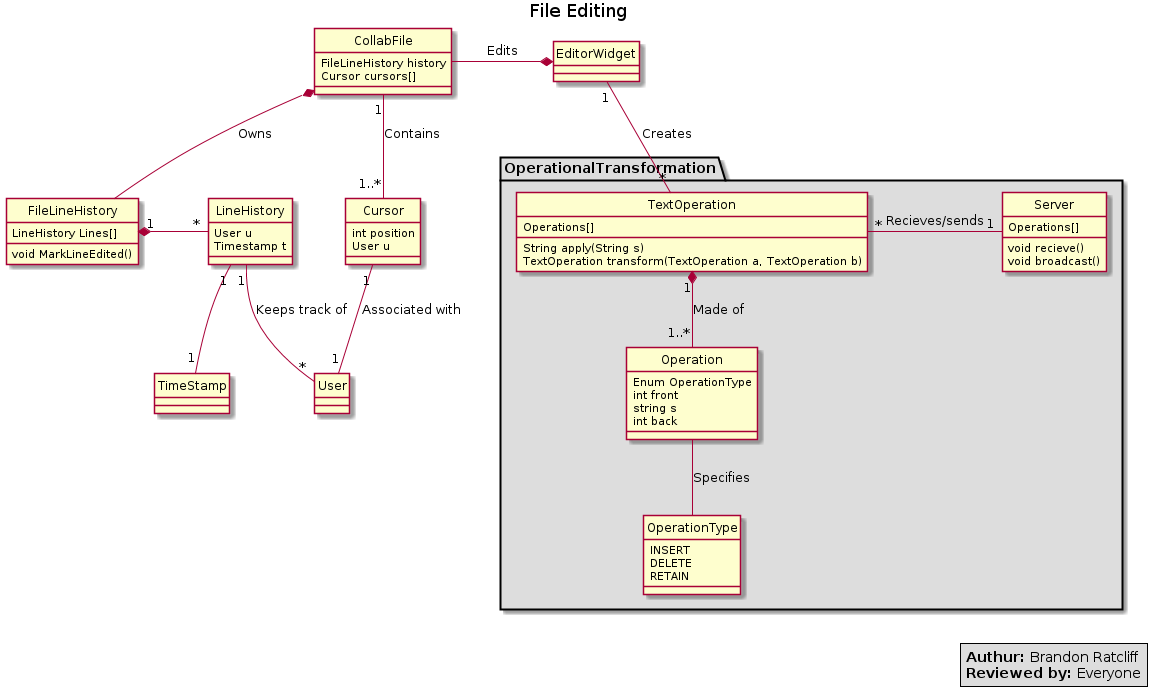
Above: doc/SSRS/images/ClassDiagrams/EditFile.png in cs383-4/sQuire (PlantUML), before the change.
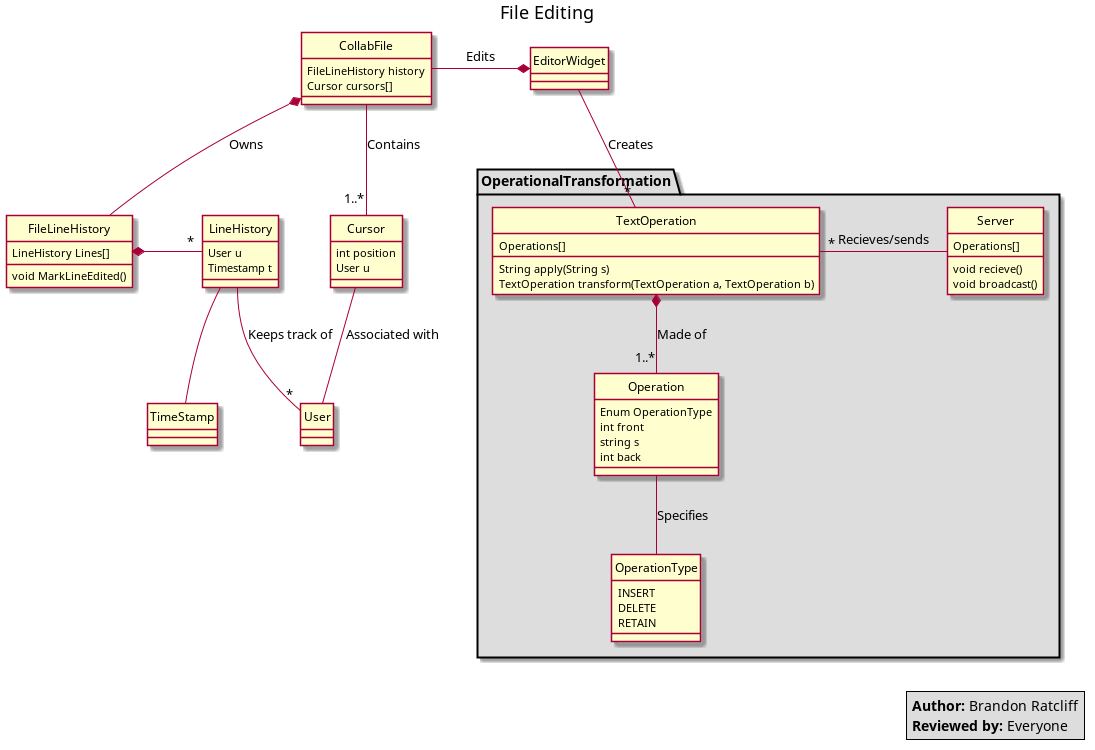
The same diagram one commit later.

Commit message:
Fixed EditFile.uml for Jeffery's critique. Removed extra multiplicity, and corrected a spelling

What changed in the source:
```diff
@@ -22,19 +22,19 @@
   Timestamp t
 }
 
-LineHistory "1" -- "*" User : "Keeps track of"
-LineHistory "1" -- "1" TimeStamp
-FileLineHistory "1" *-right- "*" LineHistory
+LineHistory -- "*" User : "Keeps track of"
+LineHistory -- TimeStamp
+FileLineHistory *-right- "*" LineHistory
 
 CollabFile *-down- FileLineHistory: "Owns"
-CollabFile "1" -- "1..*" Cursor: "Contains"
+CollabFile -- "1..*" Cursor: "Contains"
 
 class Cursor {
   int position
   User u
 }
 
-Cursor "1" -- "1" User : "Associated with"
+Cursor --  User : "Associated with"
 Package OperationalTransformation #DDDDDD {
   class Server {
     Operations[]
@@ -49,8 +49,8 @@
   }
 
 
-  Server "1" -left- "*" TextOperation: "Recieves/sends"
-  TextOperation "1" *-- "1..*" Operation : "Made of"
+  Server -left- "*" TextOperation: "Recieves/sends"
+  TextOperation *-- "1..*" Operation : "Made of"
 
   class Operation {
     Enum OperationType
@@ -67,10 +67,10 @@
 
   OperationType -up- Operation : Specifies
 }
-EditorWidget "1" -- "*" TextOperation: Creates
+EditorWidget  -- "*" TextOperation: Creates
 
 legend right
-   <b>Authur:</b> Brandon Ratcliff
+   <b>Author:</b> Brandon Ratcliff
    <b>Reviewed by:</b> Everyone
 endlegend
 
```
